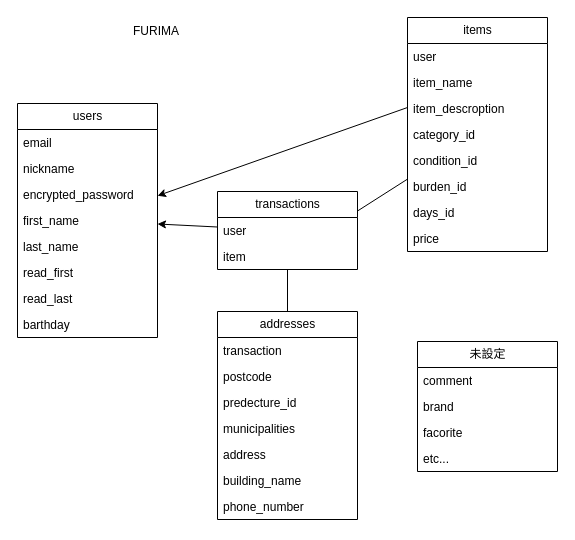
The draw.io diagram .dio in AG0811/furima-40739, before the edit. Source tidied: cells renumbered, new cells numbered last; positions are measured from the earlier drawing's top-left corner, leaving out a move shared by most shapes. Both pictures are drawn from the tidied source at 100%, with x=0, y=0 at pixel (17, 17).
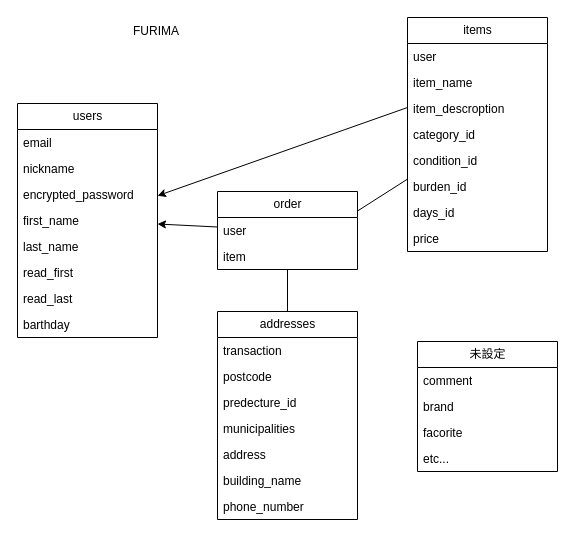
Above is the later version.

What changed in the source:
```diff
@@
-    <mxCell id="30" value="transactions" style="swimlane;fontStyle=0;horizontal=1;startSize=26;fillColor=none;html=1;" parent="1" vertex="1">
+    <mxCell id="30" value="order" style="swimlane;fontStyle=0;horizontal=1;startSize=26;fillColor=none;html=1;" parent="1" vertex="1">
       <mxGeometry x="200" y="174" width="140" height="78" as="geometry" />
     </mxCell>
```
